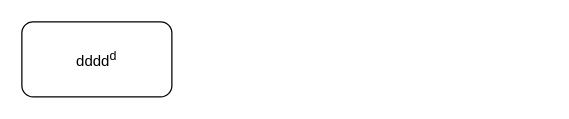
Above: 未命名绘图.drawio in haithink/diagrams (draw.io), before the change. Source tidied: cells renumbered, new cells numbered last; positions are measured from the earlier drawing's top-left corner, leaving out a move shared by most shapes. Both pictures are drawn from the tidied source at 125%, with x=0, y=0 at pixel (21, 21).
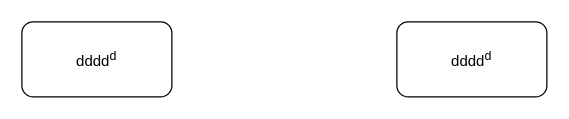
The same diagram, later.

The edit, as a diff of the source:
```diff
@@
 <mxGraphModel>
   <root>
     <mxCell id="0" />
     <mxCell id="1" parent="0" />
+    <mxCell id="3" style="edgeStyle=orthogonalEdgeStyle;rounded=0;jettySize=auto;html=1;strokeColor=none;" parent="1" edge="1" source="2" target="4">
+      <mxGeometry relative="1" as="geometry" />
+    </mxCell>
     <mxCell id="2" value="dddd&lt;sup&gt;d&lt;/sup&gt;" style="rounded=1;whiteSpace=wrap;html=1;" parent="1" vertex="1">
       <mxGeometry width="120" height="60" as="geometry" />
     </mxCell>
+    <mxCell id="4" value="dddd&lt;sup&gt;d&lt;/sup&gt;" style="rounded=1;whiteSpace=wrap;html=1;" parent="1" vertex="1">
+      <mxGeometry x="300" width="120" height="60" as="geometry" />
+    </mxCell>
   </root>
 </mxGraphModel>
```
